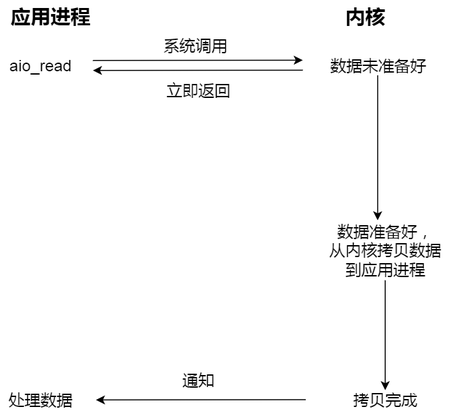
The draw.io diagram images/OS/异步IO.png in yu120/lemon-guide, before a commit. Source tidied: cells renumbered, new cells last; positions are measured from the earlier drawing's top-left corner, leaving out a move shared by most shapes.
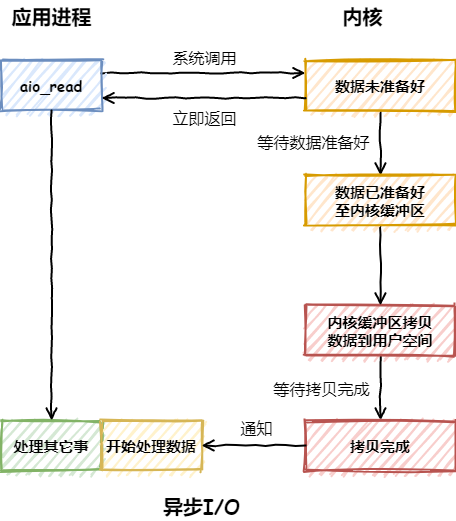
The same file after the commit.

Change to the diagram source:
```diff
@@ -2,59 +2,76 @@
   <root>
     <mxCell id="0" />
     <mxCell id="1" parent="0" />
+    <mxCell id="17" value="&lt;b&gt;处理其它事&lt;/b&gt;" style="whiteSpace=wrap;html=1;fontFamily=Comic Sans MS;fontSize=15;strokeWidth=2;fillColor=#d5e8d4;sketch=1;fillWeight=2;hachureGap=8;fillStyle=auto;strokeColor=#82b366;" parent="1" vertex="1">
+      <mxGeometry x="-90" y="-490" width="100" height="50" as="geometry" />
+    </mxCell>
+    <mxCell id="18" style="edgeStyle=orthogonalEdgeStyle;rounded=0;jettySize=auto;html=1;endArrow=open;endFill=0;endSize=8;strokeWidth=2;comic=1;exitX=1;exitY=0.25;exitDx=0;exitDy=0;entryX=0;entryY=0.25;entryDx=0;entryDy=0;" parent="1" edge="1" source="4" target="6">
+      <mxGeometry relative="1" as="geometry" />
+    </mxCell>
+    <mxCell id="4" value="&lt;b&gt;aio_read&lt;/b&gt;" style="whiteSpace=wrap;html=1;fontFamily=Comic Sans MS;fontSize=15;strokeWidth=2;fillColor=#dae8fc;sketch=1;fillWeight=2;hachureGap=8;fillStyle=auto;strokeColor=#6c8ebf;" parent="1" vertex="1">
+      <mxGeometry x="-90" y="-850" width="100" height="50" as="geometry" />
+    </mxCell>
+    <mxCell id="19" style="edgeStyle=orthogonalEdgeStyle;rounded=0;comic=1;jettySize=auto;html=1;endArrow=open;endFill=0;endSize=8;strokeWidth=2;" parent="1" edge="1" source="6" target="23">
+      <mxGeometry relative="1" as="geometry" />
+    </mxCell>
+    <mxCell id="6" value="&lt;b&gt;数据未准备好&lt;/b&gt;" style="whiteSpace=wrap;html=1;fontFamily=Comic Sans MS;fontSize=15;strokeWidth=2;fillColor=#ffe6cc;sketch=1;fillWeight=2;hachureGap=8;fillStyle=auto;strokeColor=#d79b00;" parent="1" vertex="1">
+      <mxGeometry x="214" y="-850" width="150" height="50" as="geometry" />
+    </mxCell>
+    <mxCell id="20" style="edgeStyle=orthogonalEdgeStyle;rounded=0;comic=1;jettySize=auto;html=1;endArrow=open;endFill=0;endSize=8;strokeWidth=2;" parent="1" edge="1" source="21" target="7">
+      <mxGeometry relative="1" as="geometry" />
+    </mxCell>
+    <mxCell id="21" value="&lt;b&gt;内核缓冲区拷贝&lt;br&gt;数据到用户空间&lt;/b&gt;" style="whiteSpace=wrap;html=1;fontFamily=Comic Sans MS;fontSize=15;strokeWidth=2;fillColor=#f8cecc;sketch=1;fillWeight=2;hachureGap=8;fillStyle=auto;strokeColor=#b85450;" parent="1" vertex="1">
+      <mxGeometry x="214" y="-605" width="150" height="50" as="geometry" />
+    </mxCell>
+    <mxCell id="22" style="edgeStyle=orthogonalEdgeStyle;rounded=0;comic=1;jettySize=auto;html=1;endArrow=open;endFill=0;endSize=8;strokeWidth=2;" parent="1" edge="1" source="23" target="21">
+      <mxGeometry relative="1" as="geometry" />
+    </mxCell>
+    <mxCell id="23" value="&lt;b&gt;数据已准备好&lt;br&gt;至内核缓冲区&lt;/b&gt;" style="whiteSpace=wrap;html=1;fontFamily=Comic Sans MS;fontSize=15;strokeWidth=2;fillColor=#ffe6cc;sketch=1;fillWeight=2;hachureGap=8;fillStyle=auto;strokeColor=#d79b00;" parent="1" vertex="1">
+      <mxGeometry x="214" y="-735" width="150" height="50" as="geometry" />
+    </mxCell>
+    <mxCell id="7" value="&lt;b&gt;拷贝完成&lt;/b&gt;" style="whiteSpace=wrap;html=1;fontFamily=Comic Sans MS;fontSize=15;strokeWidth=2;fillColor=#f8cecc;sketch=1;fillWeight=2;hachureGap=8;fillStyle=auto;strokeColor=#b85450;" parent="1" vertex="1">
+      <mxGeometry x="214" y="-490" width="150" height="50" as="geometry" />
+    </mxCell>
-    <mxCell id="2" value="应用进程" style="text;html=1;align=center;verticalAlign=middle;fontSize=20;fontStyle=1;" parent="1" vertex="1">
-      <mxGeometry width="100" height="30" as="geometry" />
+    <mxCell id="2" value="应用进程" style="text;html=1;align=center;verticalAlign=middle;fontFamily=Comic Sans MS;fontStyle=1;fontSize=20;" parent="1" vertex="1">
+      <mxGeometry x="-90" y="-910" width="100" height="30" as="geometry" />
     </mxCell>
-    <mxCell id="3" value="内核" style="text;html=1;align=center;verticalAlign=middle;fontSize=20;fontStyle=1;" parent="1" vertex="1">
-      <mxGeometry x="335" width="60" height="30" as="geometry" />
+    <mxCell id="3" value="内核" style="text;html=1;align=center;verticalAlign=middle;fontFamily=Comic Sans MS;fontStyle=1;fontSize=20;" parent="1" vertex="1">
+      <mxGeometry x="241" y="-910" width="60" height="30" as="geometry" />
     </mxCell>
-    <mxCell id="4" value="&lt;font style=&quot;font-size: 16px&quot;&gt;aio_read&lt;/font&gt;" style="text;html=1;align=center;verticalAlign=middle;points=[];fontSize=16;fontStyle=0;" parent="1" vertex="1">
-      <mxGeometry y="55" width="80" height="20" as="geometry" />
-    </mxCell>
-    <mxCell id="5" style="edgeStyle=orthogonalEdgeStyle;rounded=0;jettySize=auto;html=1;entryX=0.442;entryY=0;entryDx=0;entryDy=0;entryPerimeter=0;fontSize=16;" parent="1" edge="1" source="6" target="14">
-      <mxGeometry relative="1" as="geometry" />
-    </mxCell>
-    <mxCell id="6" value="数据未准备好" style="text;html=1;align=center;verticalAlign=middle;points=[];fontSize=16;" parent="1" vertex="1">
-      <mxGeometry x="322.5" y="55" width="110" height="20" as="geometry" />
-    </mxCell>
-    <mxCell id="7" value="拷贝完成" style="text;html=1;align=center;verticalAlign=middle;points=[];fontSize=16;" parent="1" vertex="1">
-      <mxGeometry x="345" y="390" width="80" height="20" as="geometry" />
-    </mxCell>
+    <mxCell id="24" value="异步I/O" style="text;html=1;align=center;verticalAlign=middle;fontSize=20;fontFamily=Comic Sans MS;fontStyle=1;" parent="1" vertex="1">
+      <mxGeometry x="65.2" y="-420" width="90" height="30" as="geometry" />
+    </mxCell>
+    <mxCell id="15" value="&lt;font style=&quot;font-size: 16px&quot;&gt;系统调用&lt;/font&gt;" style="text;html=1;align=center;verticalAlign=middle;fontSize=20;fontFamily=Comic Sans MS;" parent="1" vertex="1">
+      <mxGeometry x="73" y="-870" width="80" height="30" as="geometry" />
+    </mxCell>
-    <mxCell id="8" value="通知" style="text;html=1;align=center;verticalAlign=middle;fontSize=16;" parent="1" vertex="1">
-      <mxGeometry x="172.5" y="370" width="50" height="20" as="geometry" />
+    <mxCell id="8" value="&lt;font style=&quot;font-size: 16px&quot;&gt;通知&lt;/font&gt;" style="text;html=1;align=center;verticalAlign=middle;fontSize=20;fontFamily=Comic Sans MS;" parent="1" vertex="1">
+      <mxGeometry x="140" y="-500" width="50" height="30" as="geometry" />
     </mxCell>
-    <mxCell id="9" value="处理数据" style="text;html=1;align=center;verticalAlign=middle;fontSize=16;" parent="1" vertex="1">
-      <mxGeometry y="390" width="80" height="20" as="geometry" />
-    </mxCell>
+    <mxCell id="25" value="&lt;font style=&quot;font-size: 16px&quot;&gt;等待数据准备好&lt;/font&gt;" style="text;html=1;align=center;verticalAlign=middle;fontSize=20;fontFamily=Comic Sans MS;" parent="1" vertex="1">
+      <mxGeometry x="157" y="-786" width="130" height="30" as="geometry" />
+    </mxCell>
+    <mxCell id="26" value="&lt;font style=&quot;font-size: 16px&quot;&gt;等待拷贝完成&lt;/font&gt;" style="text;html=1;align=center;verticalAlign=middle;fontSize=20;fontFamily=Comic Sans MS;" parent="1" vertex="1">
+      <mxGeometry x="174.5" y="-539" width="110" height="30" as="geometry" />
+    </mxCell>
+    <mxCell id="27" style="edgeStyle=orthogonalEdgeStyle;rounded=0;jettySize=auto;html=1;endArrow=open;endFill=0;endSize=8;strokeWidth=2;comic=1;exitX=0;exitY=0.75;exitDx=0;exitDy=0;entryX=1;entryY=0.75;entryDx=0;entryDy=0;" parent="1" edge="1" source="6" target="4">
+      <mxGeometry relative="1" as="geometry" />
+    </mxCell>
-    <mxCell id="10" value="立即返回" style="text;html=1;align=center;verticalAlign=middle;fontSize=16;" parent="1" vertex="1">
-      <mxGeometry x="157.5" y="80" width="80" height="20" as="geometry" />
+    <mxCell id="10" value="&lt;span style=&quot;font-size: 16px&quot;&gt;立即返回&lt;/span&gt;" style="text;html=1;align=center;verticalAlign=middle;fontSize=20;fontFamily=Comic Sans MS;" parent="1" vertex="1">
+      <mxGeometry x="73" y="-810" width="80" height="30" as="geometry" />
     </mxCell>
-    <mxCell id="11" style="endArrow=classic;html=1;fontSize=16;" parent="1" edge="1">
-      <mxGeometry relative="1" as="geometry">
-        <mxPoint x="92.5" y="60" as="sourcePoint" />
-        <mxPoint x="302.5" y="59.8" as="targetPoint" />
-      </mxGeometry>
-    </mxCell>
-    <mxCell id="12" style="endArrow=classic;html=1;fontSize=16;" parent="1" edge="1">
-      <mxGeometry relative="1" as="geometry">
-        <mxPoint x="302.5" y="69.8" as="sourcePoint" />
-        <mxPoint x="92.5" y="70" as="targetPoint" />
-      </mxGeometry>
-    </mxCell>
-    <mxCell id="13" style="edgeStyle=orthogonalEdgeStyle;rounded=0;jettySize=auto;html=1;fontSize=16;" parent="1" edge="1" source="14" target="7">
-      <mxGeometry relative="1" as="geometry" />
-    </mxCell>
-    <mxCell id="14" value="数据准备好，&lt;br&gt;从内核拷贝数据&lt;br&gt;到应用进程" style="text;html=1;align=center;verticalAlign=middle;points=[];fontSize=16;" parent="1" vertex="1">
-      <mxGeometry x="320" y="220" width="130" height="60" as="geometry" />
-    </mxCell>
-    <mxCell id="15" value="系统调用" style="text;html=1;align=center;verticalAlign=middle;fontSize=16;" parent="1" vertex="1">
-      <mxGeometry x="155" y="35" width="80" height="20" as="geometry" />
-    </mxCell>
-    <mxCell id="16" style="endArrow=classic;html=1;fontSize=16;" parent="1" edge="1">
-      <mxGeometry relative="1" as="geometry">
-        <mxPoint x="305.5" y="399.5" as="sourcePoint" />
-        <mxPoint x="95.5" y="399.8" as="targetPoint" />
-      </mxGeometry>
-    </mxCell>
+    <mxCell id="28" style="edgeStyle=orthogonalEdgeStyle;rounded=0;jettySize=auto;html=1;endArrow=open;endFill=0;endSize=8;strokeWidth=2;comic=1;exitX=0.5;exitY=1;exitDx=0;exitDy=0;entryX=0.5;entryY=0;entryDx=0;entryDy=0;" parent="1" edge="1" source="4" target="17">
+      <mxGeometry relative="1" as="geometry">
+        <Array as="points">
+          <mxPoint x="-40" y="-750" />
+          <mxPoint x="-40" y="-750" />
+        </Array>
+      </mxGeometry>
+    </mxCell>
+    <mxCell id="29" value="&lt;b&gt;开始处理数据&lt;/b&gt;" style="whiteSpace=wrap;html=1;fontFamily=Comic Sans MS;fontSize=15;strokeWidth=2;fillColor=#fff2cc;sketch=1;fillWeight=2;hachureGap=8;fillStyle=auto;strokeColor=#d6b656;" parent="1" vertex="1">
+      <mxGeometry x="10" y="-490" width="100" height="50" as="geometry" />
+    </mxCell>
+    <mxCell id="30" style="edgeStyle=orthogonalEdgeStyle;rounded=0;comic=1;jettySize=auto;html=1;endArrow=open;endFill=0;endSize=8;strokeWidth=2;" parent="1" edge="1" source="7" target="29">
+      <mxGeometry relative="1" as="geometry" />
+    </mxCell>
   </root>
 </mxGraphModel>
```
